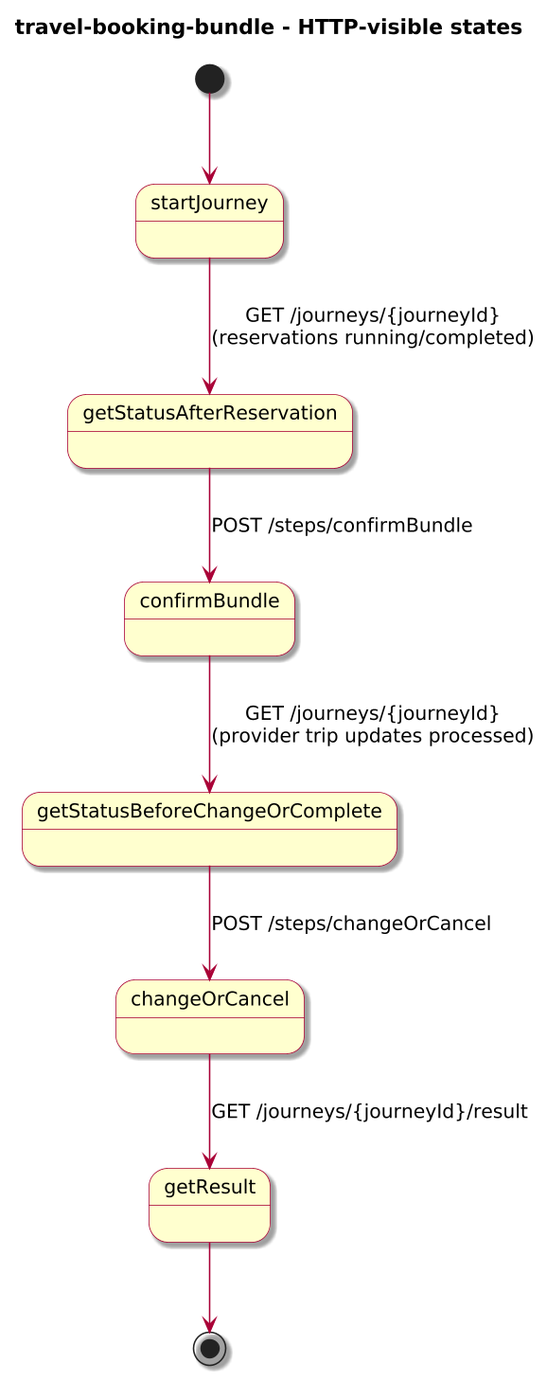
Before: docs/3-reference/examples/business/travel-booking-bundle/diagrams/travel-booking-bundle-state.png, a diagram exported from PlantUML (ivanstambuk/journeyforge). The source it was exported from:
```plantuml
@startuml
!include journey-diagram-theme.puml
title travel-booking-bundle - HTTP-visible states

[*] --> startJourney

state startJourney
state getStatusAfterReservation
state confirmBundle
state getStatusBeforeChangeOrComplete
state changeOrCancel
state getResult

startJourney --> getStatusAfterReservation : GET /journeys/{journeyId}\n(reservations running/completed)
getStatusAfterReservation --> confirmBundle : POST /steps/confirmBundle
confirmBundle --> getStatusBeforeChangeOrComplete : GET /journeys/{journeyId}\n(provider trip updates processed)
getStatusBeforeChangeOrComplete --> changeOrCancel : POST /steps/changeOrCancel
changeOrCancel --> getResult : GET /journeys/{journeyId}/result

getResult --> [*]

@enduml
```
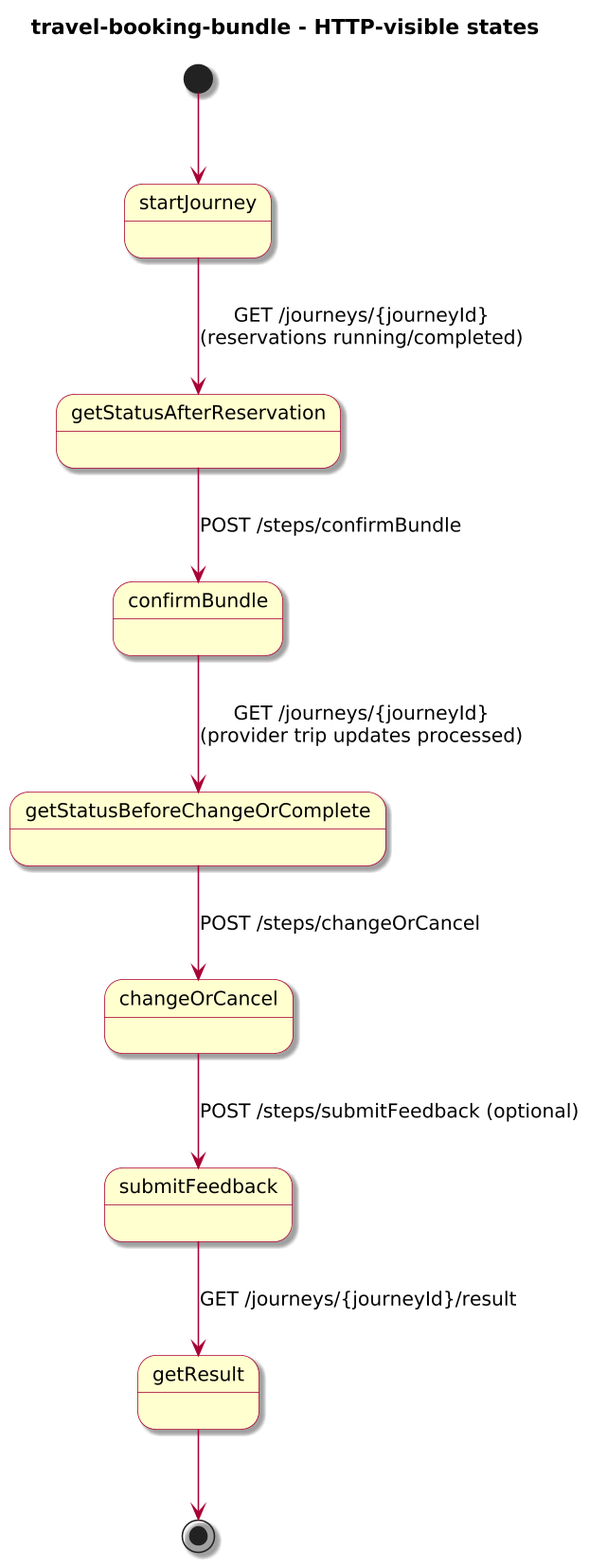
Later version of the same file.

The edit, as a diff of the source:
```diff
@@ -9,13 +9,15 @@
 state confirmBundle
 state getStatusBeforeChangeOrComplete
 state changeOrCancel
+state submitFeedback
 state getResult
 
 startJourney --> getStatusAfterReservation : GET /journeys/{journeyId}\n(reservations running/completed)
 getStatusAfterReservation --> confirmBundle : POST /steps/confirmBundle
 confirmBundle --> getStatusBeforeChangeOrComplete : GET /journeys/{journeyId}\n(provider trip updates processed)
 getStatusBeforeChangeOrComplete --> changeOrCancel : POST /steps/changeOrCancel
-changeOrCancel --> getResult : GET /journeys/{journeyId}/result
+changeOrCancel --> submitFeedback : POST /steps/submitFeedback (optional)
+submitFeedback --> getResult : GET /journeys/{journeyId}/result
 
 getResult --> [*]
 
```
